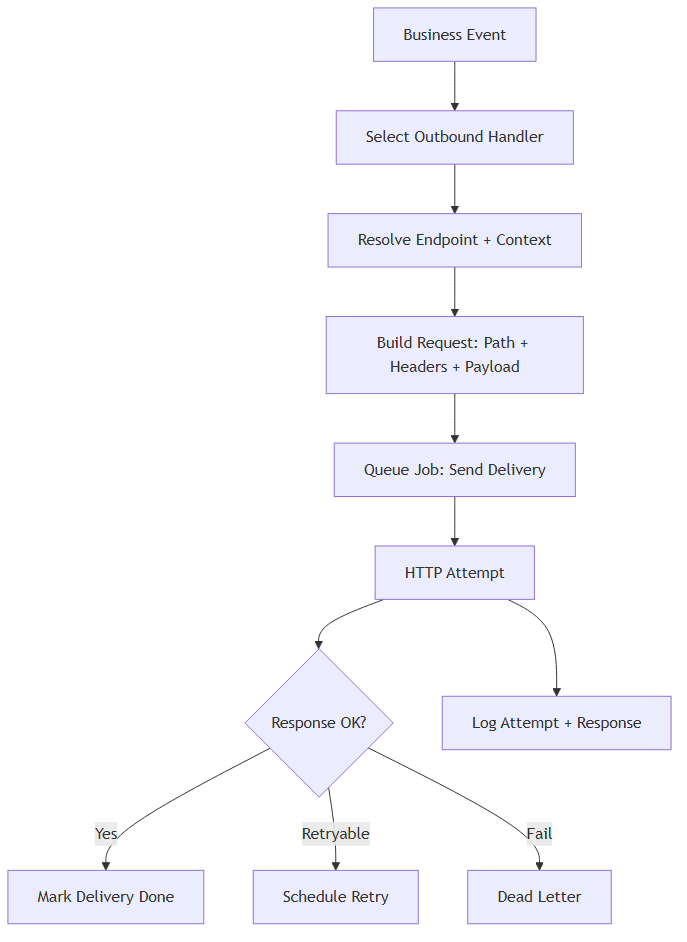
Before: bwt_webhooks_outbound/static/description/diagrams/webhooks-outbound-flow.png, a diagram exported from Mermaid (bitwise-hq/odoo-webhooks). Its source is kept beside it as docs/diagrams/webhooks-outbound-flow.mmd. The source it was exported from:
```mermaid
flowchart TD
  A["Business Event"] --> B["Select Outbound Handler"]
  B --> C["Resolve Endpoint + Context"]
  C --> D["Build Request: Path + Headers + Payload"]
  D --> E["Queue Job: Send Delivery"]
  E --> F["HTTP Attempt"]
  F --> G{"Response OK?"}
  G -- Yes --> H["Mark Delivery Done"]
  G -- Retryable --> I["Schedule Retry"]
  G -- Fail --> J["Dead Letter"]
  F --> K["Log Attempt + Response"]
```
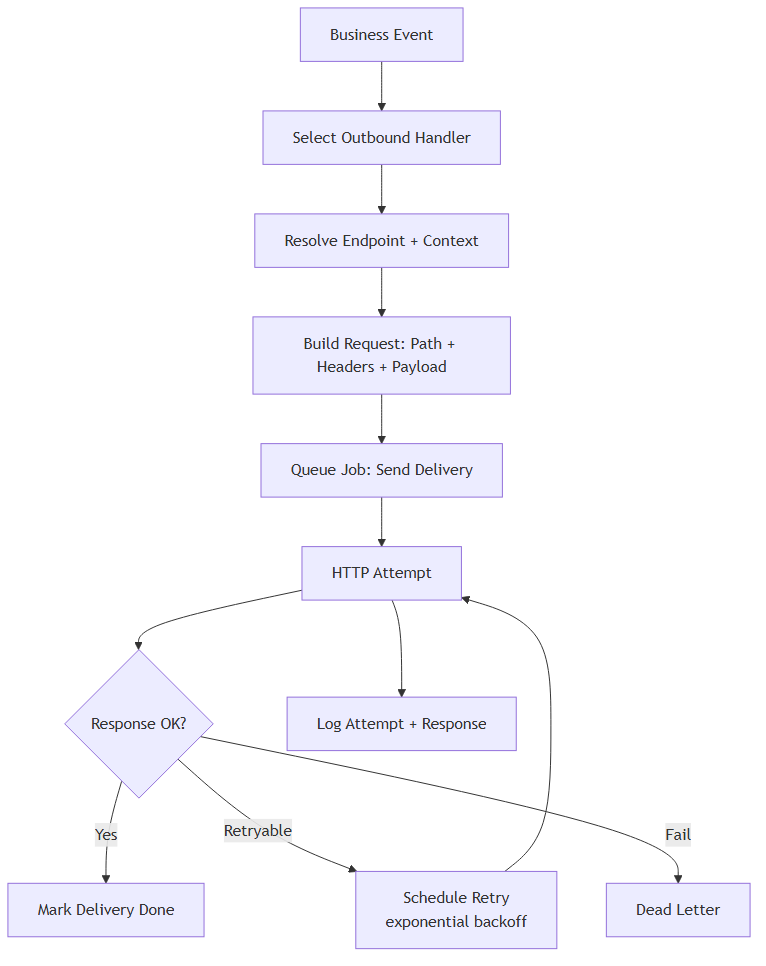
Later version of the same file.

Commit message:
[IMP] docs: add retry and dead-letter paths to inbound and outbound flow diagrams

Diff of the diagram source:
```diff
@@ -6,6 +6,7 @@
   E --> F["HTTP Attempt"]
   F --> G{"Response OK?"}
   G -- Yes --> H["Mark Delivery Done"]
-  G -- Retryable --> I["Schedule Retry"]
+  G -- Retryable --> I["Schedule Retry\nexponential backoff"]
   G -- Fail --> J["Dead Letter"]
+  I --> F
   F --> K["Log Attempt + Response"]
```
